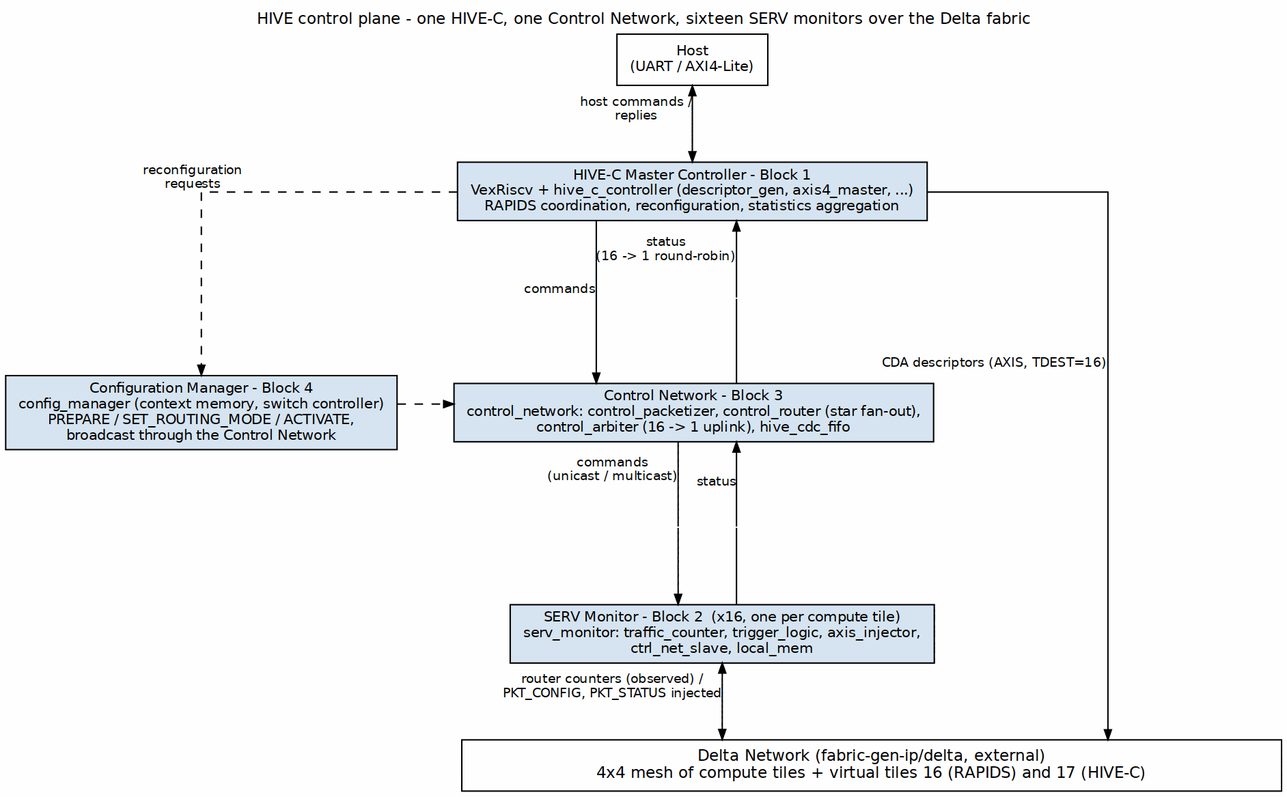
Earlier version of the Graphviz export projects/components/compute-eng-ip/hive-serv/docs/hive_has/assets/graphviz/01_control_plane.png (sean-galloway/RTLDesignSherpa). Its source is kept beside it as projects/components/compute-eng-ip/hive-serv/docs/hive_has/assets/graphviz/01_control_plane.dot. The source it was exported from:
```dot
digraph hive_control_plane {
    graph [rankdir=TB, bgcolor="white", fontname="Helvetica", fontsize=11,
           nodesep="0.55", ranksep="0.75", splines=ortho,
           label="HIVE control plane - one HIVE-C, one Control Network, sixteen SERV monitors over the Delta fabric",
           labelloc=t, labeljust=c];
    node  [fontname="Helvetica", fontsize=10, shape=box, style=filled,
           fillcolor="#D6E4F0", color="black", margin="0.12,0.06"];
    edge  [fontname="Helvetica", fontsize=9, color="black", arrowsize=0.7];

    host  [label="Host\n(UART / AXI4-Lite)", fillcolor="white"];
    hivec [label="HIVE-C Master Controller - Block 1\nVexRiscv + hive_c_controller (descriptor_gen, axis4_master, ...)\nRAPIDS coordination, reconfiguration, statistics aggregation"];
    cfgm  [label="Configuration Manager - Block 4\nconfig_manager (context memory, switch controller)\nPREPARE / SET_ROUTING_MODE / ACTIVATE,\nbroadcast through the Control Network"];
    cnet  [label="Control Network - Block 3\ncontrol_network: control_packetizer, control_router (star fan-out),\ncontrol_arbiter (16 -> 1 uplink), hive_cdc_fifo"];
    serv  [label="SERV Monitor - Block 2  (x16, one per compute tile)\nserv_monitor: traffic_counter, trigger_logic, axis_injector,\nctrl_net_slave, local_mem"];

    bar   [label="Delta Network (fabric-gen-ip/delta, external)\n4x4 mesh of compute tiles + virtual tiles 16 (RAPIDS) and 17 (HIVE-C)",
           fillcolor="white", width=8, height=0.5, fontsize=11];

    x_u1 [shape=point, width=0.01, height=0.01, label="", style=invis];
    x_c2 [shape=point, width=0.01, height=0.01, label="", style=invis];
    x_u2 [shape=point, width=0.01, height=0.01, label="", style=invis];

    host  -> hivec [dir=both, xlabel="host commands /\nreplies"];
    hivec -> cnet  [xlabel="commands"];
    hivec -> cfgm  [style=dashed, xlabel="reconfiguration\nrequests"];
    cfgm  -> cnet  [style=dashed];
    cnet  -> x_c2  [dir=none, xlabel="commands\n(unicast / multicast)"];
    x_c2  -> serv;
    hivec -> x_u1  [dir=back, xlabel="status\n(16 -> 1 round-robin)"];
    x_u1  -> cnet  [dir=none];
    cnet  -> x_u2  [dir=back, xlabel="status"];
    x_u2  -> serv  [dir=none];

    hivec -> bar   [xlabel="CDA descriptors (AXIS, TDEST=16)"];
    serv  -> bar   [dir=both, xlabel="router counters (observed) /\nPKT_CONFIG, PKT_STATUS injected"];

    { rank=same; cfgm; cnet; }
    { rank=same; x_c2; x_u2; }
    x_c2 -> x_u2 [style=invis];
    cfgm -> cnet [style=invis];
}
```
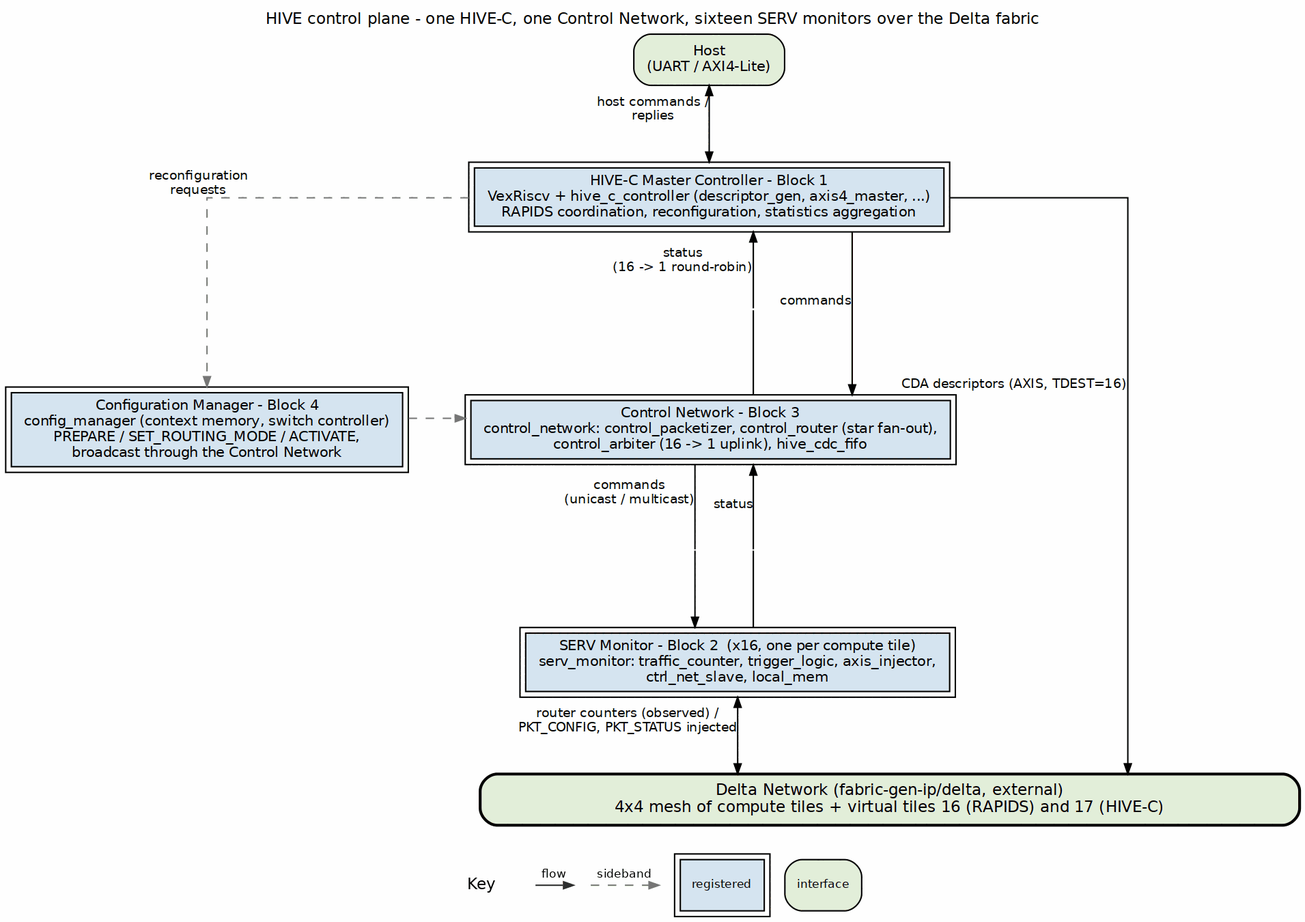
After the commit.

Diff of the diagram source:
```diff
@@ -4,17 +4,17 @@
            label="HIVE control plane - one HIVE-C, one Control Network, sixteen SERV monitors over the Delta fabric",
            labelloc=t, labeljust=c];
     node  [fontname="Helvetica", fontsize=10, shape=box, style=filled,
-           fillcolor="#D6E4F0", color="black", margin="0.12,0.06"];
+           fillcolor="white", color="black", margin="0.12,0.06"];
     edge  [fontname="Helvetica", fontsize=9, color="black", arrowsize=0.7];
 
-    host  [label="Host\n(UART / AXI4-Lite)", fillcolor="white"];
-    hivec [label="HIVE-C Master Controller - Block 1\nVexRiscv + hive_c_controller (descriptor_gen, axis4_master, ...)\nRAPIDS coordination, reconfiguration, statistics aggregation"];
-    cfgm  [label="Configuration Manager - Block 4\nconfig_manager (context memory, switch controller)\nPREPARE / SET_ROUTING_MODE / ACTIVATE,\nbroadcast through the Control Network"];
-    cnet  [label="Control Network - Block 3\ncontrol_network: control_packetizer, control_router (star fan-out),\ncontrol_arbiter (16 -> 1 uplink), hive_cdc_fifo"];
-    serv  [label="SERV Monitor - Block 2  (x16, one per compute tile)\nserv_monitor: traffic_counter, trigger_logic, axis_injector,\nctrl_net_slave, local_mem"];
+    host  [label="Host\n(UART / AXI4-Lite)", fillcolor="white", style="rounded,filled", fillcolor="#E2EFDA"];
+    hivec [label="HIVE-C Master Controller - Block 1\nVexRiscv + hive_c_controller (descriptor_gen, axis4_master, ...)\nRAPIDS coordination, reconfiguration, statistics aggregation", peripheries=2, style="filled", fillcolor="#D6E4F0"];
+    cfgm  [label="Configuration Manager - Block 4\nconfig_manager (context memory, switch controller)\nPREPARE / SET_ROUTING_MODE / ACTIVATE,\nbroadcast through the Control Network", peripheries=2, style="filled", fillcolor="#D6E4F0"];
+    cnet  [label="Control Network - Block 3\ncontrol_network: control_packetizer, control_router (star fan-out),\ncontrol_arbiter (16 -> 1 uplink), hive_cdc_fifo", peripheries=2, style="filled", fillcolor="#D6E4F0"];
+    serv  [label="SERV Monitor - Block 2  (x16, one per compute tile)\nserv_monitor: traffic_counter, trigger_logic, axis_injector,\nctrl_net_slave, local_mem", peripheries=2, style="filled", fillcolor="#D6E4F0"];
 
     bar   [label="Delta Network (fabric-gen-ip/delta, external)\n4x4 mesh of compute tiles + virtual tiles 16 (RAPIDS) and 17 (HIVE-C)",
-           fillcolor="white", width=8, height=0.5, fontsize=11];
+           fillcolor="white", width=8, height=0.5, fontsize=11, style="rounded,filled,bold", fillcolor="#E2EFDA"];
 
     x_u1 [shape=point, width=0.01, height=0.01, label="", style=invis];
     x_c2 [shape=point, width=0.01, height=0.01, label="", style=invis];
@@ -22,8 +22,8 @@
 
     host  -> hivec [dir=both, xlabel="host commands /\nreplies"];
     hivec -> cnet  [xlabel="commands"];
-    hivec -> cfgm  [style=dashed, xlabel="reconfiguration\nrequests"];
-    cfgm  -> cnet  [style=dashed];
+    hivec -> cfgm  [style=dashed, color="#777777", xlabel="reconfiguration\nrequests"];
+    cfgm  -> cnet  [style=dashed, color="#777777"];
     cnet  -> x_c2  [dir=none, xlabel="commands\n(unicast / multicast)"];
     x_c2  -> serv;
     hivec -> x_u1  [dir=back, xlabel="status\n(16 -> 1 round-robin)"];
```
